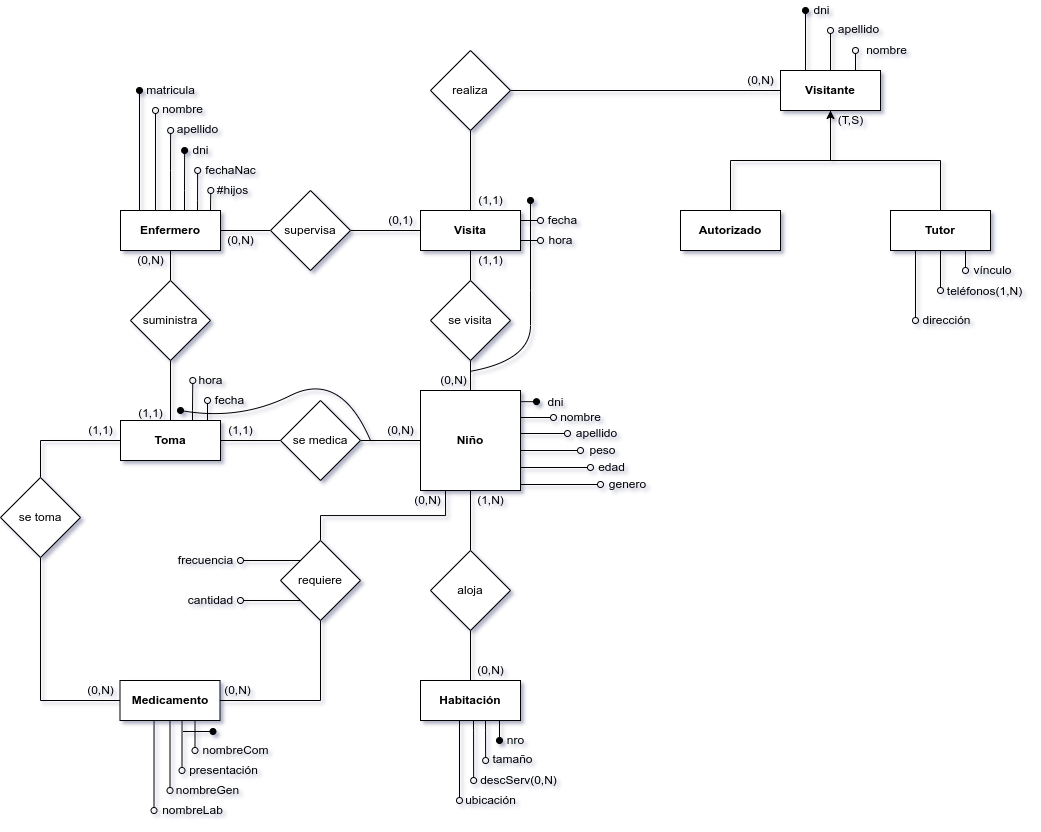
Above: BD/BD - Práctica 1 - Ej 7.drawio.png in sergiocld99/unlp-tramo-final (draw.io), before the change. Source tidied: cells renumbered, new cells last; positions are measured from the earlier drawing's top-left corner, leaving out a move shared by most shapes.
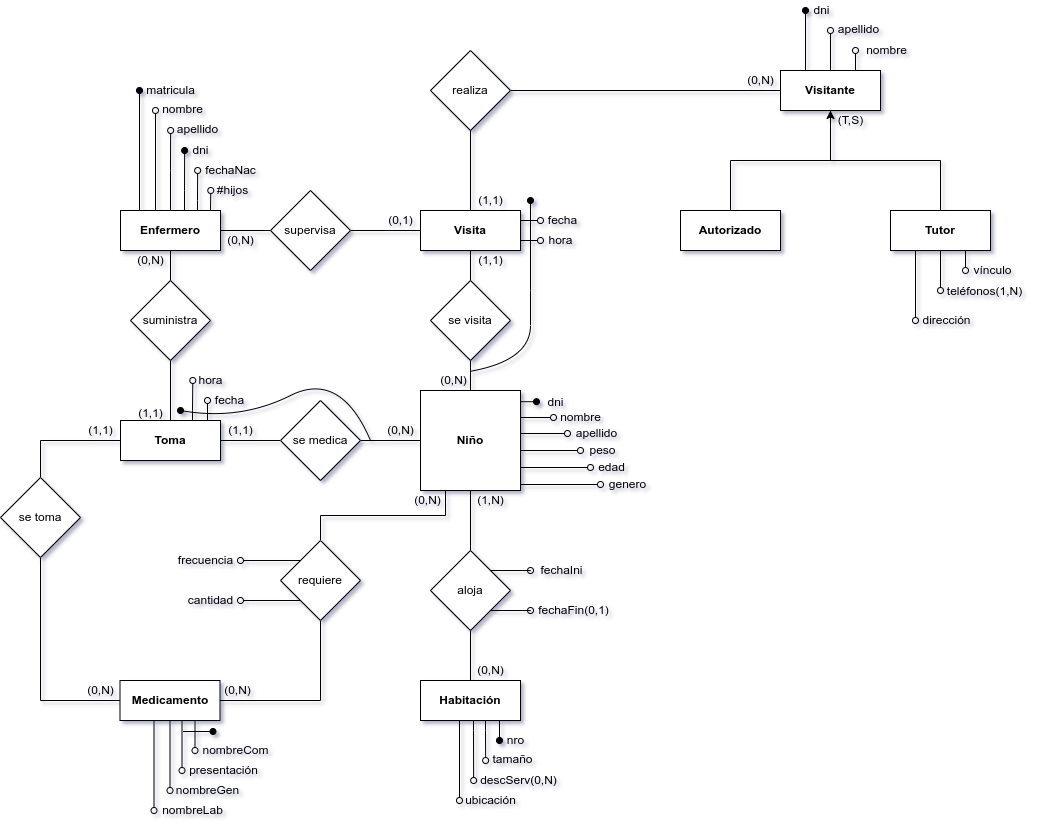
After the commit.

The edit, as a diff of the source:
```diff
@@ -131,6 +131,16 @@
     <mxCell id="23" style="edgeStyle=orthogonalEdgeStyle;rounded=0;jettySize=auto;html=1;exitX=0.5;exitY=1;exitDx=0;exitDy=0;entryX=0.5;entryY=0;entryDx=0;entryDy=0;endArrow=none;endFill=0;" parent="1" edge="1" source="24" target="6">
       <mxGeometry relative="1" as="geometry" />
     </mxCell>
+    <mxCell id="121" style="edgeStyle=orthogonalEdgeStyle;rounded=0;jettySize=auto;html=1;exitX=1;exitY=0;exitDx=0;exitDy=0;endArrow=oval;endFill=0;" parent="1" edge="1" source="24">
+      <mxGeometry relative="1" as="geometry">
+        <mxPoint x="530" y="570" as="targetPoint" />
+      </mxGeometry>
+    </mxCell>
+    <mxCell id="122" style="edgeStyle=orthogonalEdgeStyle;rounded=0;jettySize=auto;html=1;exitX=1;exitY=1;exitDx=0;exitDy=0;endArrow=oval;endFill=0;" parent="1" edge="1" source="24">
+      <mxGeometry relative="1" as="geometry">
+        <mxPoint x="530" y="610" as="targetPoint" />
+      </mxGeometry>
+    </mxCell>
     <mxCell id="24" value="aloja" style="rhombus;whiteSpace=wrap;html=1;" parent="1" vertex="1">
       <mxGeometry x="430" y="550" width="80" height="80" as="geometry" />
     </mxCell>
@@ -485,5 +495,11 @@
         </Array>
       </mxGeometry>
     </mxCell>
+    <mxCell id="123" value="fechaIni" style="text;html=1;align=center;verticalAlign=middle;strokeColor=none;fillColor=none;" parent="1" vertex="1">
+      <mxGeometry x="531" y="560" width="60" height="20" as="geometry" />
+    </mxCell>
+    <mxCell id="124" value="fechaFin(0,1)" style="text;html=1;align=center;verticalAlign=middle;strokeColor=none;fillColor=none;" parent="1" vertex="1">
+      <mxGeometry x="528" y="600" width="90" height="20" as="geometry" />
+    </mxCell>
   </root>
 </mxGraphModel>
```
